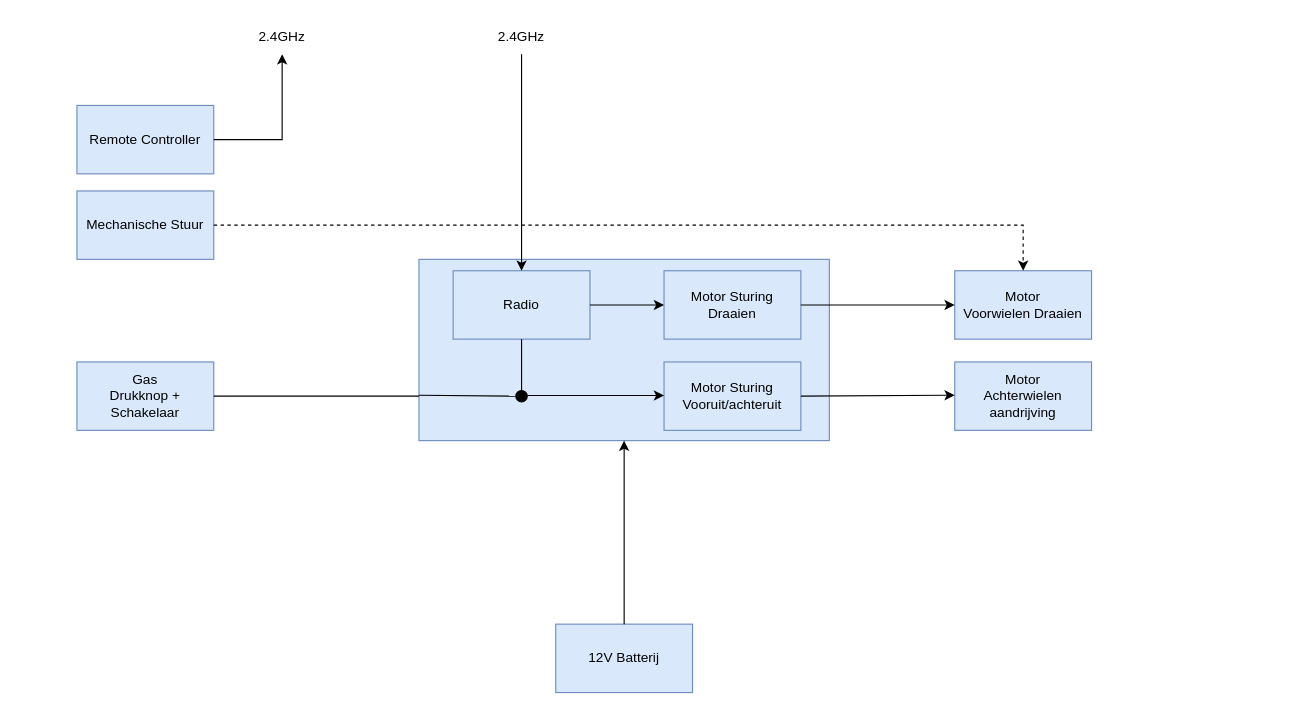
Before: page "blok diagram huidig architectuur" (5 of 8) of ArchitectuurDocumenten/Architectuur.drawio in vives-project-xp/GoBabyGo2.0, a draw.io diagram. Source tidied: cells renumbered, new cells numbered last; positions are measured from the earlier drawing's top-left corner, leaving out a move shared by most shapes. Both pictures are drawn from the tidied source at 114%, with x=0, y=0 at pixel (76, 19).
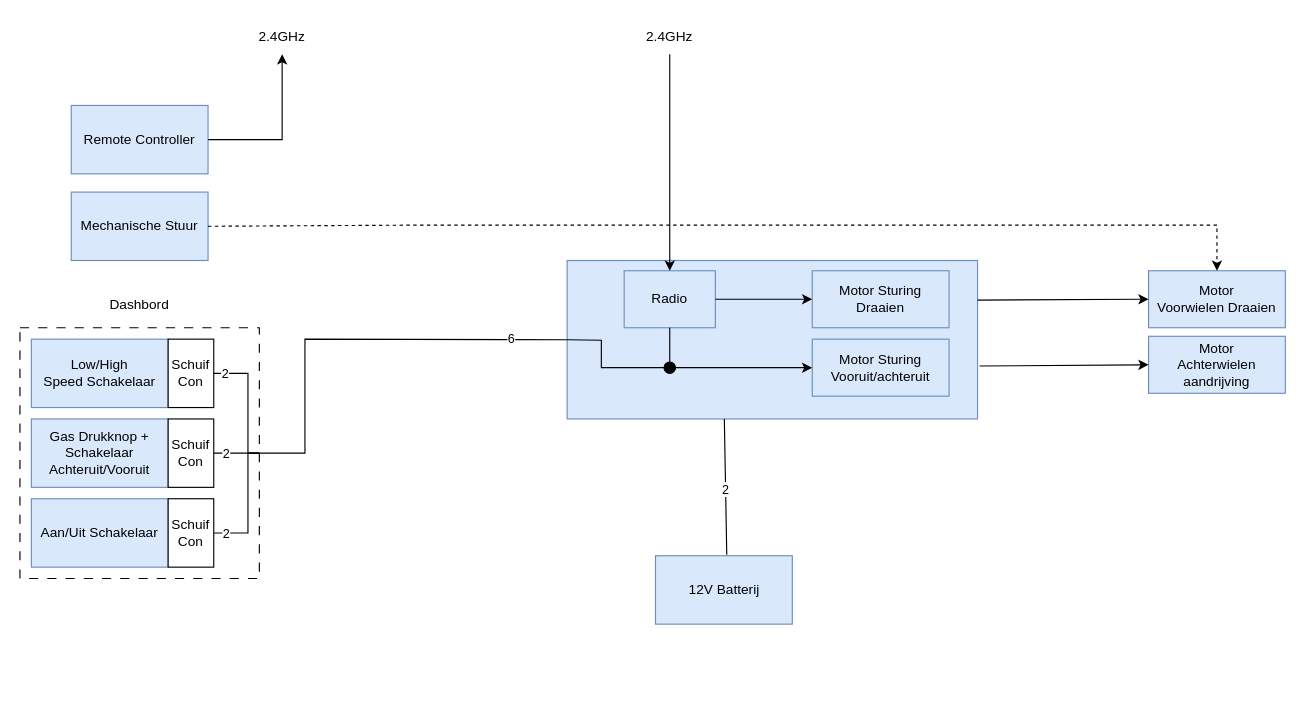
After the change.

The edit, as a diff of the source:
```diff
@@
-    <mxCell id="2" style="rounded=0;whiteSpace=wrap;html=1;fillColor=#dae8fc;strokeColor=#6c8ebf;" parent="1" vertex="1">
-      <mxGeometry x="300" y="210" width="360" height="159" as="geometry" />
-    </mxCell>
+    <mxCell id="26" style="rounded=0;whiteSpace=wrap;html=1;fillColor=none;dashed=1;dashPattern=8 8;" parent="1" vertex="1">
+      <mxGeometry x="-50" y="270" width="210" height="220" as="geometry" />
+    </mxCell>
+    <mxCell id="27" style="rounded=0;whiteSpace=wrap;html=1;fillColor=#dae8fc;strokeColor=#6c8ebf;" parent="1" vertex="1">
+      <mxGeometry x="430" y="211" width="360" height="139" as="geometry" />
+    </mxCell>
     <mxCell id="3" value="Motor Sturing&lt;br&gt;Draaien" style="rounded=0;whiteSpace=wrap;html=1;fillColor=#dae8fc;strokeColor=#6c8ebf;" parent="1" vertex="1">
-      <mxGeometry x="515" y="220" width="120" height="60" as="geometry" />
+      <mxGeometry x="645" y="220" width="120" height="50" as="geometry" />
     </mxCell>
     <mxCell id="4" value="Motor Sturing&lt;br&gt;Vooruit/achteruit" style="rounded=0;whiteSpace=wrap;html=1;fillColor=#dae8fc;strokeColor=#6c8ebf;" parent="1" vertex="1">
-      <mxGeometry x="515" y="300" width="120" height="60" as="geometry" />
+      <mxGeometry x="645" y="280" width="120" height="50" as="geometry" />
     </mxCell>
     <mxCell id="5" value="Radio" style="rounded=0;whiteSpace=wrap;html=1;fillColor=#dae8fc;strokeColor=#6c8ebf;" parent="1" vertex="1">
-      <mxGeometry x="330" y="220" width="120" height="60" as="geometry" />
+      <mxGeometry x="480" y="220" width="80" height="50" as="geometry" />
     </mxCell>
@@
     <mxCell id="8" value="2.4GHz" style="text;html=1;strokeColor=none;fillColor=none;align=center;verticalAlign=middle;whiteSpace=wrap;rounded=0;" parent="1" vertex="1">
-      <mxGeometry x="360" width="60" height="30" as="geometry" />
+      <mxGeometry x="490" width="60" height="30" as="geometry" />
     </mxCell>
-    <mxCell id="9" value="Gas&lt;br&gt;Drukknop + Schakelaar" style="rounded=0;whiteSpace=wrap;html=1;fillColor=#dae8fc;strokeColor=#6c8ebf;" parent="1" vertex="1">
-      <mxGeometry y="300" width="120" height="60" as="geometry" />
-    </mxCell>
-    <mxCell id="10" style="endArrow=classic;html=1;rounded=0;exitX=1;exitY=0.5;exitDx=0;exitDy=0;entryX=0;entryY=0.5;entryDx=0;entryDy=0;" parent="1" edge="1">
-      <mxGeometry relative="1" as="geometry">
-        <mxPoint x="395" y="329.4" as="sourcePoint" />
-        <mxPoint x="515" y="329.4" as="targetPoint" />
-      </mxGeometry>
-    </mxCell>
+    <mxCell id="28" value="Gas Drukknop + Schakelaar Achteruit/Vooruit" style="rounded=0;whiteSpace=wrap;html=1;fillColor=#dae8fc;strokeColor=#6c8ebf;" parent="1" vertex="1">
+      <mxGeometry x="-40" y="350" width="120" height="60" as="geometry" />
+    </mxCell>
+    <mxCell id="29" style="endArrow=classic;html=1;rounded=0;entryX=0;entryY=0.5;entryDx=0;entryDy=0;exitX=1;exitY=0.5;exitDx=0;exitDy=0;" parent="1" edge="1" source="31" target="4">
+      <mxGeometry relative="1" as="geometry" />
+    </mxCell>
     <mxCell id="11" value="Motor&lt;br&gt;Achterwielen aandrijving" style="rounded=0;whiteSpace=wrap;html=1;fillColor=#dae8fc;strokeColor=#6c8ebf;" parent="1" vertex="1">
-      <mxGeometry x="770" y="300" width="120" height="60" as="geometry" />
+      <mxGeometry x="940" y="277.5" width="120" height="50" as="geometry" />
     </mxCell>
-    <mxCell id="12" style="endArrow=classic;html=1;rounded=0;exitX=1;exitY=0.5;exitDx=0;exitDy=0;entryX=0;entryY=0.5;entryDx=0;entryDy=0;" parent="1" edge="1" source="4">
-      <mxGeometry relative="1" as="geometry">
-        <mxPoint x="770" y="329.2" as="targetPoint" />
-      </mxGeometry>
-    </mxCell>
     <mxCell id="13" value="Motor&lt;br&gt;Voorwielen Draaien" style="rounded=0;whiteSpace=wrap;html=1;fillColor=#dae8fc;strokeColor=#6c8ebf;" parent="1" vertex="1">
-      <mxGeometry x="770" y="220" width="120" height="60" as="geometry" />
+      <mxGeometry x="940" y="220" width="120" height="50" as="geometry" />
     </mxCell>
-    <mxCell id="14" style="endArrow=classic;html=1;rounded=0;exitX=1;exitY=0.5;exitDx=0;exitDy=0;entryX=0;entryY=0.5;entryDx=0;entryDy=0;" parent="1" edge="1" source="3" target="13">
-      <mxGeometry relative="1" as="geometry" />
-    </mxCell>
     <mxCell id="15" value="Remote Controller" style="rounded=0;whiteSpace=wrap;html=1;fillColor=#dae8fc;strokeColor=#6c8ebf;" parent="1" vertex="1">
-      <mxGeometry y="75" width="120" height="60" as="geometry" />
+      <mxGeometry x="-5" y="75" width="120" height="60" as="geometry" />
     </mxCell>
@@
     <mxCell id="18" value="Mechanische Stuur" style="rounded=0;whiteSpace=wrap;html=1;fillColor=#dae8fc;strokeColor=#6c8ebf;" parent="1" vertex="1">
-      <mxGeometry y="150" width="120" height="60" as="geometry" />
+      <mxGeometry x="-5" y="151" width="120" height="60" as="geometry" />
     </mxCell>
     <mxCell id="19" style="endArrow=classic;html=1;rounded=0;exitX=1;exitY=0.5;exitDx=0;exitDy=0;entryX=0.5;entryY=0;entryDx=0;entryDy=0;dashed=1;" parent="1" edge="1" source="18" target="13">
       <mxGeometry relative="1" as="geometry">
         <Array as="points">
-          <mxPoint x="830" y="180" />
+          <mxPoint x="290" y="180" />
+          <mxPoint x="1000" y="180" />
         </Array>
       </mxGeometry>
     </mxCell>
-    <mxCell id="20" style="endArrow=none;html=1;rounded=0;exitX=0;exitY=0.75;exitDx=0;exitDy=0;entryX=0;entryY=0.5;entryDx=0;entryDy=0;endFill=0;" parent="1" edge="1" source="2" target="21">
-      <mxGeometry relative="1" as="geometry" />
-    </mxCell>
-    <mxCell id="21" style="ellipse;whiteSpace=wrap;html=1;fillColor=#000000;" parent="1" vertex="1">
-      <mxGeometry x="385" y="325" width="10" height="10" as="geometry" />
-    </mxCell>
-    <mxCell id="22" style="endArrow=none;html=1;rounded=0;exitX=0.5;exitY=1;exitDx=0;exitDy=0;entryX=0.5;entryY=0;entryDx=0;entryDy=0;endFill=0;" parent="1" edge="1" source="5" target="21">
-      <mxGeometry relative="1" as="geometry" />
-    </mxCell>
+    <mxCell id="30" style="endArrow=none;html=1;rounded=0;exitX=0;exitY=0.5;exitDx=0;exitDy=0;entryX=0;entryY=0.5;entryDx=0;entryDy=0;endFill=0;" parent="1" edge="1" source="27" target="31">
+      <mxGeometry relative="1" as="geometry">
+        <Array as="points">
+          <mxPoint x="460" y="281" />
+          <mxPoint x="460" y="305" />
+        </Array>
+      </mxGeometry>
+    </mxCell>
+    <mxCell id="31" style="ellipse;whiteSpace=wrap;html=1;fillColor=#000000;" parent="1" vertex="1">
+      <mxGeometry x="515" y="300" width="10" height="10" as="geometry" />
+    </mxCell>
+    <mxCell id="32" style="endArrow=none;html=1;rounded=0;exitX=0.5;exitY=1;exitDx=0;exitDy=0;entryX=0.5;entryY=0;entryDx=0;entryDy=0;endFill=0;" parent="1" edge="1" source="5" target="31">
+      <mxGeometry relative="1" as="geometry" />
+    </mxCell>
     <mxCell id="23" value="12V Batterij" style="rounded=0;whiteSpace=wrap;html=1;fillColor=#dae8fc;strokeColor=#6c8ebf;" parent="1" vertex="1">
-      <mxGeometry x="420" y="530" width="120" height="60" as="geometry" />
+      <mxGeometry x="507.5" y="470" width="120" height="60" as="geometry" />
     </mxCell>
-    <mxCell id="24" style="endArrow=classic;html=1;rounded=0;exitX=0.5;exitY=0;exitDx=0;exitDy=0;entryX=0.5;entryY=1;entryDx=0;entryDy=0;" parent="1" edge="1" source="23" target="2">
-      <mxGeometry relative="1" as="geometry" />
-    </mxCell>
-    <mxCell id="25" style="endArrow=none;html=1;rounded=0;exitX=1;exitY=0.5;exitDx=0;exitDy=0;entryX=0;entryY=0.5;entryDx=0;entryDy=0;endFill=0;" parent="1" edge="1" source="9">
-      <mxGeometry relative="1" as="geometry">
-        <mxPoint x="300" y="330" as="targetPoint" />
-      </mxGeometry>
-    </mxCell>
+    <mxCell id="33" value="Low/High&lt;br&gt;Speed Schakelaar" style="rounded=0;whiteSpace=wrap;html=1;fillColor=#dae8fc;strokeColor=#6c8ebf;" parent="1" vertex="1">
+      <mxGeometry x="-40" y="280" width="120" height="60" as="geometry" />
+    </mxCell>
+    <mxCell id="34" value="Aan/Uit Schakelaar" style="rounded=0;whiteSpace=wrap;html=1;fillColor=#dae8fc;strokeColor=#6c8ebf;" parent="1" vertex="1">
+      <mxGeometry x="-40" y="420" width="120" height="60" as="geometry" />
+    </mxCell>
+    <mxCell id="35" style="endArrow=none;html=1;rounded=0;exitX=1;exitY=0.5;exitDx=0;exitDy=0;entryX=1;entryY=0.5;entryDx=0;entryDy=0;" parent="1" edge="1" source="26" target="38">
+      <mxGeometry relative="1" as="geometry" />
+    </mxCell>
+    <mxCell id="36" value="2" style="edgeLabel;html=1;align=center;verticalAlign=middle;" parent="35" vertex="1">
+      <mxGeometry x="0.5" relative="1" as="geometry" />
+    </mxCell>
+    <mxCell id="37" value="Schuif&lt;br&gt;Con" style="rounded=0;whiteSpace=wrap;html=1;" parent="1" vertex="1">
+      <mxGeometry x="80" y="280" width="40" height="60" as="geometry" />
+    </mxCell>
+    <mxCell id="38" value="Schuif&lt;br&gt;Con" style="rounded=0;whiteSpace=wrap;html=1;" parent="1" vertex="1">
+      <mxGeometry x="80" y="350" width="40" height="60" as="geometry" />
+    </mxCell>
+    <mxCell id="39" value="Schuif&lt;br&gt;Con" style="rounded=0;whiteSpace=wrap;html=1;" parent="1" vertex="1">
+      <mxGeometry x="80" y="420" width="40" height="60" as="geometry" />
+    </mxCell>
+    <mxCell id="40" style="endArrow=none;html=1;rounded=0;exitX=1;exitY=0.5;exitDx=0;exitDy=0;entryX=1;entryY=0.5;entryDx=0;entryDy=0;" parent="1" edge="1" source="39" target="26">
+      <mxGeometry relative="1" as="geometry">
+        <Array as="points">
+          <mxPoint x="150" y="450" />
+          <mxPoint x="150" y="380" />
+        </Array>
+      </mxGeometry>
+    </mxCell>
+    <mxCell id="41" value="2" style="edgeLabel;html=1;align=center;verticalAlign=middle;" parent="40" vertex="1">
+      <mxGeometry x="-0.75" relative="1" as="geometry">
+        <mxPoint x="-4" as="offset" />
+      </mxGeometry>
+    </mxCell>
+    <mxCell id="42" style="endArrow=none;html=1;rounded=0;exitX=1;exitY=0.5;exitDx=0;exitDy=0;entryX=1;entryY=0.5;entryDx=0;entryDy=0;" parent="1" edge="1" source="37" target="26">
+      <mxGeometry relative="1" as="geometry">
+        <Array as="points">
+          <mxPoint x="150" y="310" />
+          <mxPoint x="150" y="380" />
+        </Array>
+      </mxGeometry>
+    </mxCell>
+    <mxCell id="43" value="2" style="edgeLabel;html=1;align=center;verticalAlign=middle;" parent="42" vertex="1">
+      <mxGeometry x="-0.83" relative="1" as="geometry" />
+    </mxCell>
+    <mxCell id="44" value="Dashbord" style="text;html=1;strokeColor=none;fillColor=none;align=center;verticalAlign=middle;whiteSpace=wrap;rounded=0;" parent="1" vertex="1">
+      <mxGeometry x="25" y="235" width="60" height="30" as="geometry" />
+    </mxCell>
+    <mxCell id="45" style="endArrow=none;html=1;rounded=0;entryX=0;entryY=0.5;entryDx=0;entryDy=0;exitX=1;exitY=0.5;exitDx=0;exitDy=0;" parent="1" edge="1" source="26" target="27">
+      <mxGeometry relative="1" as="geometry">
+        <Array as="points">
+          <mxPoint x="200" y="380" />
+          <mxPoint x="200" y="280" />
+        </Array>
+      </mxGeometry>
+    </mxCell>
+    <mxCell id="46" value="6" style="edgeLabel;html=1;align=center;verticalAlign=middle;" parent="45" vertex="1">
+      <mxGeometry x="0.73" y="1" relative="1" as="geometry" />
+    </mxCell>
+    <mxCell id="47" style="endArrow=none;html=1;rounded=0;entryX=0.383;entryY=1.001;entryDx=0;entryDy=0;entryPerimeter=0;exitX=0.521;exitY=-0.014;exitDx=0;exitDy=0;exitPerimeter=0;" parent="1" edge="1" source="23" target="27">
+      <mxGeometry relative="1" as="geometry" />
+    </mxCell>
+    <mxCell id="48" value="2" style="edgeLabel;html=1;align=center;verticalAlign=middle;" parent="47" vertex="1">
+      <mxGeometry x="-0.02" relative="1" as="geometry" />
+    </mxCell>
+    <mxCell id="49" style="endArrow=classic;html=1;rounded=0;exitX=1;exitY=0.25;exitDx=0;exitDy=0;entryX=0;entryY=0.5;entryDx=0;entryDy=0;" parent="1" edge="1" source="27" target="13">
+      <mxGeometry relative="1" as="geometry" />
+    </mxCell>
+    <mxCell id="50" style="endArrow=classic;html=1;rounded=0;exitX=1.005;exitY=0.666;exitDx=0;exitDy=0;exitPerimeter=0;entryX=0;entryY=0.5;entryDx=0;entryDy=0;" parent="1" edge="1" source="27" target="11">
+      <mxGeometry relative="1" as="geometry" />
+    </mxCell>
```
